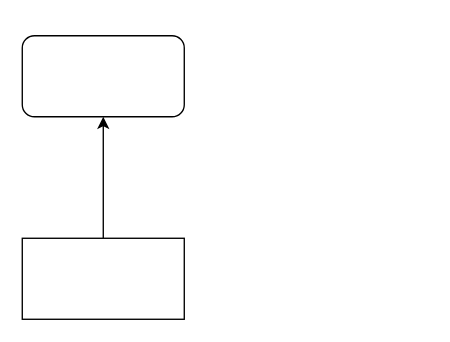
The draw.io diagram Untitled Diagram.drawio in xeor/area51, before the edit. Source tidied: cells renumbered, new cells numbered last; positions are measured from the earlier drawing's top-left corner, leaving out a move shared by most shapes. Both pictures are drawn from the tidied source at 135%, with x=0, y=0 at pixel (22, 35).
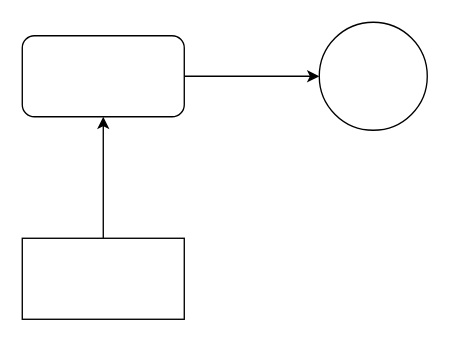
The same diagram, later.

What changed in the source:
```diff
@@
 <mxGraphModel>
   <root>
     <mxCell id="0" />
     <mxCell id="1" parent="0" />
     <mxCell id="2" style="edgeStyle=orthogonalEdgeStyle;rounded=0;jettySize=auto;html=1;exitX=0.5;exitY=0;exitDx=0;exitDy=0;entryX=0.5;entryY=1;entryDx=0;entryDy=0;" parent="1" edge="1" source="3" target="4">
       <mxGeometry relative="1" as="geometry" />
     </mxCell>
     <mxCell id="3" style="rounded=0;whiteSpace=wrap;html=1;" parent="1" vertex="1">
       <mxGeometry y="150" width="120" height="60" as="geometry" />
     </mxCell>
+    <mxCell id="5" style="edgeStyle=orthogonalEdgeStyle;rounded=0;jettySize=auto;html=1;" parent="1" edge="1" source="4" target="6">
+      <mxGeometry relative="1" as="geometry" />
+    </mxCell>
     <mxCell id="4" style="rounded=1;whiteSpace=wrap;html=1;" parent="1" vertex="1">
       <mxGeometry width="120" height="60" as="geometry" />
     </mxCell>
+    <mxCell id="6" style="ellipse;whiteSpace=wrap;html=1;rounded=1;" parent="1" vertex="1">
+      <mxGeometry x="220" y="-10" width="80" height="80" as="geometry" />
+    </mxCell>
   </root>
 </mxGraphModel>
```
